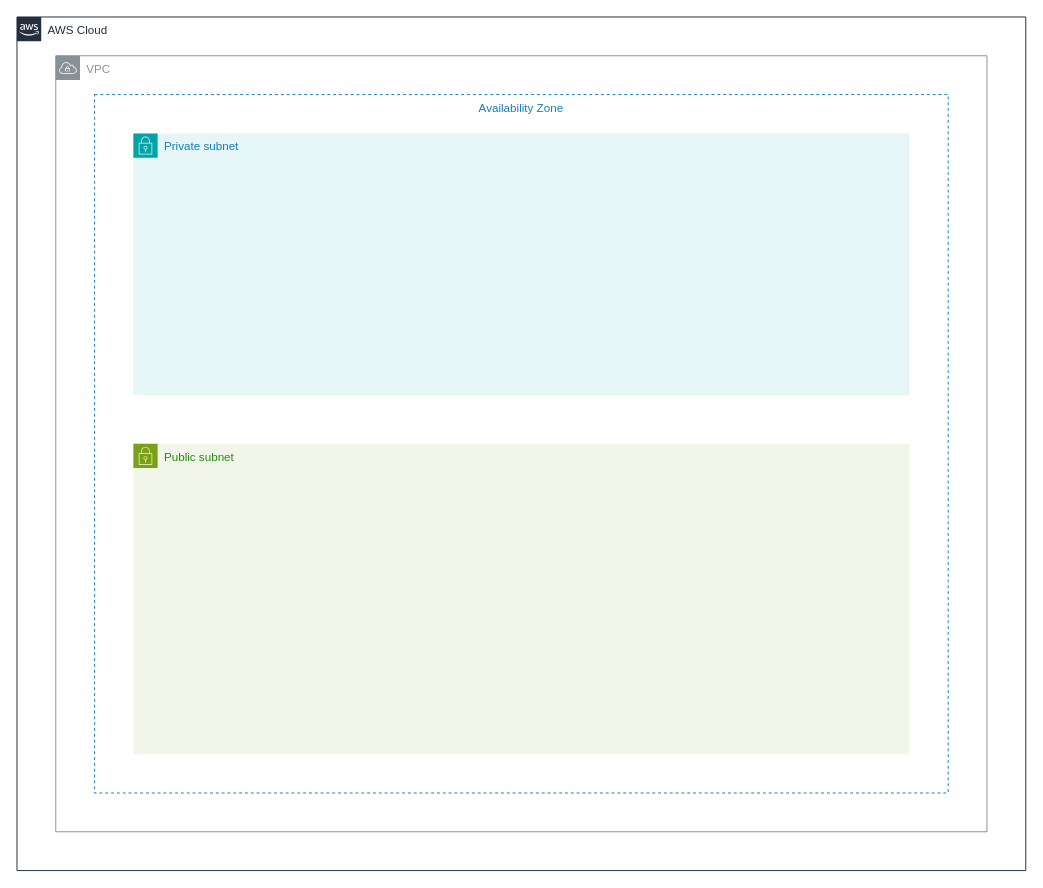
HKRK8569/terraform-infra-examples keeps this draw.io diagram as aws/templete/diagram.drawio. Above is the earlier version. Source tidied: cells renumbered, new cells numbered last; positions are measured from the earlier drawing's top-left corner, leaving out a move shared by most shapes. Both pictures are drawn from the tidied source at 97%, with x=0, y=0 at pixel (16, 16).
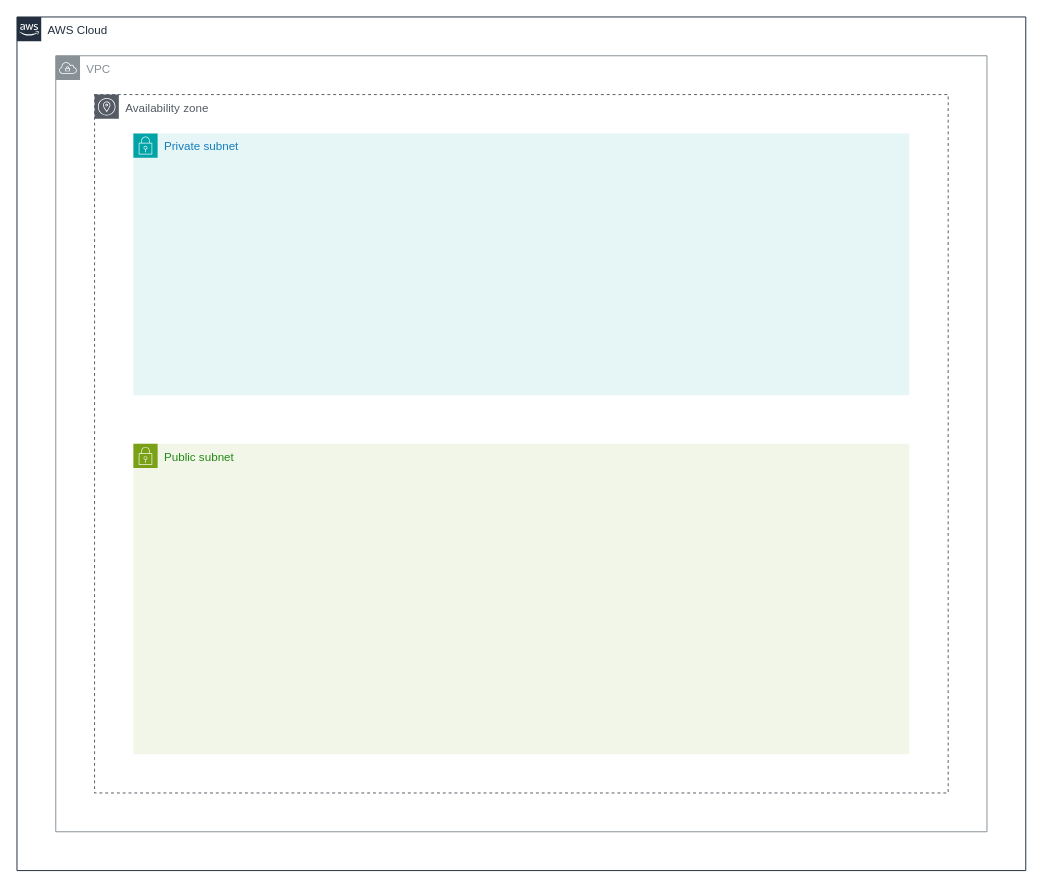
After the change.

Commit message:
azの枠の種類を変更

What changed in the source:
```diff
@@
 <mxGraphModel>
   <root>
     <mxCell id="0" />
     <mxCell id="1" parent="0" />
     <mxCell id="2" value="AWS Cloud" style="gradientColor=none;html=1;whiteSpace=wrap;fontSize=12;fontStyle=0;shape=mxgraph.aws4.group;grIcon=mxgraph.aws4.group_aws_cloud_alt;strokeColor=#232F3E;fillColor=none;verticalAlign=top;align=left;spacingLeft=30;fontColor=#232F3E;dashed=0;" parent="1" vertex="1">
       <mxGeometry width="1040" height="880" as="geometry" />
     </mxCell>
     <mxCell id="3" value="VPC" style="sketch=0;gradientColor=none;html=1;whiteSpace=wrap;fontSize=12;fontStyle=0;shape=mxgraph.aws4.group;grIcon=mxgraph.aws4.group_vpc;strokeColor=#879196;fillColor=none;verticalAlign=top;align=left;spacingLeft=30;fontColor=#879196;dashed=0;" parent="2" vertex="1">
       <mxGeometry x="40" y="40" width="960" height="800" as="geometry" />
     </mxCell>
-    <mxCell id="4" value="Availability Zone" style="fillColor=none;strokeColor=#147EBA;dashed=1;verticalAlign=top;fontStyle=0;fontColor=#147EBA;whiteSpace=wrap;html=1;" parent="2" vertex="1">
-      <mxGeometry x="80" y="80" width="880" height="720" as="geometry" />
-    </mxCell>
     <mxCell id="5" value="Public subnet" style="gradientColor=none;html=1;whiteSpace=wrap;fontSize=12;fontStyle=0;shape=mxgraph.aws4.group;grIcon=mxgraph.aws4.group_security_group;grStroke=0;strokeColor=#7AA116;fillColor=#F2F6E8;verticalAlign=top;align=left;spacingLeft=30;fontColor=#248814;dashed=0;" parent="2" vertex="1">
       <mxGeometry x="120" y="440" width="800" height="320" as="geometry" />
     </mxCell>
     <mxCell id="6" value="Private subnet" style="gradientColor=none;html=1;whiteSpace=wrap;fontSize=12;fontStyle=0;shape=mxgraph.aws4.group;grIcon=mxgraph.aws4.group_security_group;grStroke=0;strokeColor=#00A4A6;fillColor=#E6F6F7;verticalAlign=top;align=left;spacingLeft=30;fontColor=#147EBA;dashed=0;" parent="2" vertex="1">
       <mxGeometry x="120" y="120" width="800" height="270" as="geometry" />
     </mxCell>
+    <mxCell id="7" value="Availability zone" style="sketch=0;gradientColor=none;html=1;whiteSpace=wrap;fontSize=12;fontStyle=0;shape=mxgraph.aws4.group;grIcon=mxgraph.aws4.group_availability_zone;strokeColor=#545B64;fillColor=none;verticalAlign=top;align=left;spacingLeft=30;fontColor=#545B64;dashed=1;" parent="2" vertex="1">
+      <mxGeometry x="80" y="80" width="880" height="720" as="geometry" />
+    </mxCell>
   </root>
 </mxGraphModel>
```
